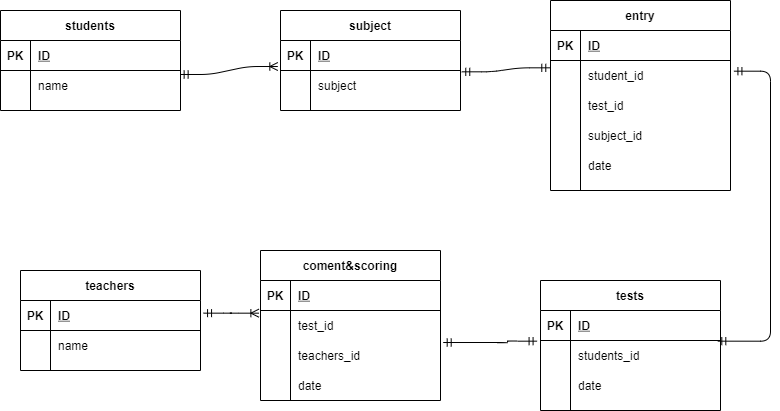
Above: index.drawio.png in motojin889/Database (draw.io), before the change. Source tidied: cells renumbered, new cells last; positions are measured from the earlier drawing's top-left corner, leaving out a move shared by most shapes.
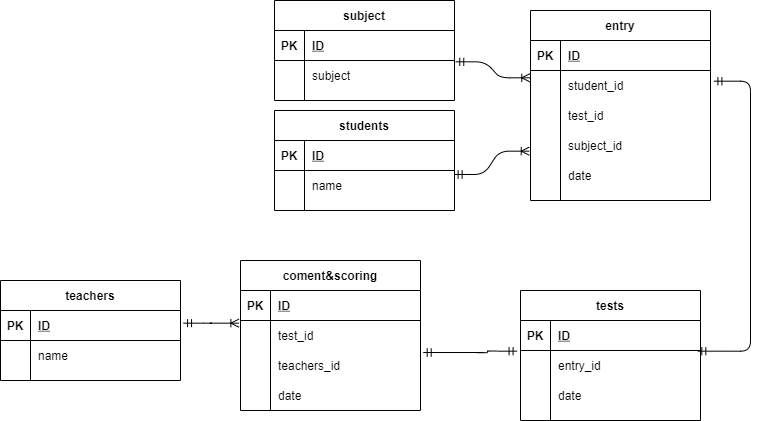
Above is the later version.

The edit, as a diff of the source:
```diff
@@ -3,7 +3,7 @@
     <mxCell id="0" />
     <mxCell id="1" parent="0" />
     <mxCell id="2" value="students" style="shape=table;startSize=30;rowLines=0;fontStyle=1;align=center;" parent="1" vertex="1">
-      <mxGeometry y="10" width="180" height="100" as="geometry" />
+      <mxGeometry x="294" y="100" width="180" height="100" as="geometry" />
     </mxCell>
     <mxCell id="3" style="shape=partialRectangle;fillColor=none;top=0;left=0;bottom=1;right=0;" parent="2" vertex="1">
       <mxGeometry y="30" width="180" height="30" as="geometry" />
@@ -101,7 +101,7 @@
     <mxCell id="34" style="shape=partialRectangle;fillColor=none;top=0;left=0;bottom=0;right=0;overflow=hidden;" parent="33" vertex="1">
       <mxGeometry width="30" height="30" as="geometry" />
     </mxCell>
-    <mxCell id="35" value="students_id" style="shape=partialRectangle;fillColor=none;top=0;left=0;bottom=0;right=0;align=left;spacingLeft=6;overflow=hidden;" parent="33" vertex="1">
+    <mxCell id="35" value="entry_id" style="shape=partialRectangle;fillColor=none;top=0;left=0;bottom=0;right=0;align=left;spacingLeft=6;overflow=hidden;" parent="33" vertex="1">
       <mxGeometry x="30" width="150" height="30" as="geometry" />
     </mxCell>
     <mxCell id="36" style="shape=partialRectangle;fillColor=none;top=0;left=0;bottom=0;right=0;" parent="29" vertex="1">
@@ -113,7 +113,7 @@
     <mxCell id="38" value="date" style="shape=partialRectangle;fillColor=none;top=0;left=0;bottom=0;right=0;align=left;spacingLeft=6;overflow=hidden;" parent="36" vertex="1">
       <mxGeometry x="30" width="150" height="30" as="geometry" />
     </mxCell>
-    <mxCell id="39" style="edgeStyle=entityRelationEdgeStyle;fontSize=12;html=1;endArrow=ERoneToMany;startArrow=ERmandOne;exitX=0.998;exitY=0.133;exitDx=0;exitDy=0;exitPerimeter=0;entryX=-0.015;entryY=0.867;entryDx=0;entryDy=0;entryPerimeter=0;" parent="1" edge="1" source="6" target="60">
+    <mxCell id="39" style="edgeStyle=entityRelationEdgeStyle;fontSize=12;html=1;endArrow=ERoneToMany;startArrow=ERmandOne;exitX=0.998;exitY=0.133;exitDx=0;exitDy=0;exitPerimeter=0;entryX=-0.007;entryY=0.689;entryDx=0;entryDy=0;entryPerimeter=0;" parent="1" edge="1" source="6" target="52">
       <mxGeometry relative="1" as="geometry" />
     </mxCell>
     <mxCell id="40" style="edgeStyle=entityRelationEdgeStyle;fontSize=12;html=1;endArrow=ERoneToMany;startArrow=ERmandOne;exitX=1.017;exitY=0.422;exitDx=0;exitDy=0;exitPerimeter=0;entryX=-0.009;entryY=0.089;entryDx=0;entryDy=0;entryPerimeter=0;" parent="1" edge="1" source="10" target="20">
@@ -184,7 +184,7 @@
       </mxGeometry>
     </mxCell>
     <mxCell id="59" value="subject" style="shape=table;startSize=30;rowLines=0;fontStyle=1;align=center;" parent="1" vertex="1">
-      <mxGeometry x="280" y="10" width="180" height="100" as="geometry" />
+      <mxGeometry x="294" y="-10" width="180" height="100" as="geometry" />
     </mxCell>
     <mxCell id="60" style="shape=partialRectangle;fillColor=none;top=0;left=0;bottom=1;right=0;points=[[0,0.5],[1,0.5]];portConstraint=eastwest;" parent="59" vertex="1">
       <mxGeometry y="30" width="180" height="30" as="geometry" />
@@ -204,7 +204,7 @@
     <mxCell id="65" value="subject" style="shape=partialRectangle;fillColor=none;top=0;left=0;bottom=0;right=0;align=left;spacingLeft=6;overflow=hidden;" parent="63" vertex="1">
       <mxGeometry x="30" width="150" height="30" as="geometry" />
     </mxCell>
-    <mxCell id="66" style="edgeStyle=entityRelationEdgeStyle;fontSize=12;html=1;endArrow=ERmandOne;startArrow=ERmandOne;entryX=-0.004;entryY=0.244;entryDx=0;entryDy=0;entryPerimeter=0;exitX=1.007;exitY=0.044;exitDx=0;exitDy=0;exitPerimeter=0;" parent="1" edge="1" source="63" target="46">
+    <mxCell id="66" style="edgeStyle=entityRelationEdgeStyle;fontSize=12;html=1;endArrow=ERoneToMany;startArrow=ERmandOne;entryX=-0.004;entryY=0.244;entryDx=0;entryDy=0;entryPerimeter=0;exitX=1.007;exitY=0.044;exitDx=0;exitDy=0;exitPerimeter=0;endFill=0;" parent="1" edge="1" source="63" target="46">
       <mxGeometry relative="1" as="geometry" />
     </mxCell>
   </root>
```
